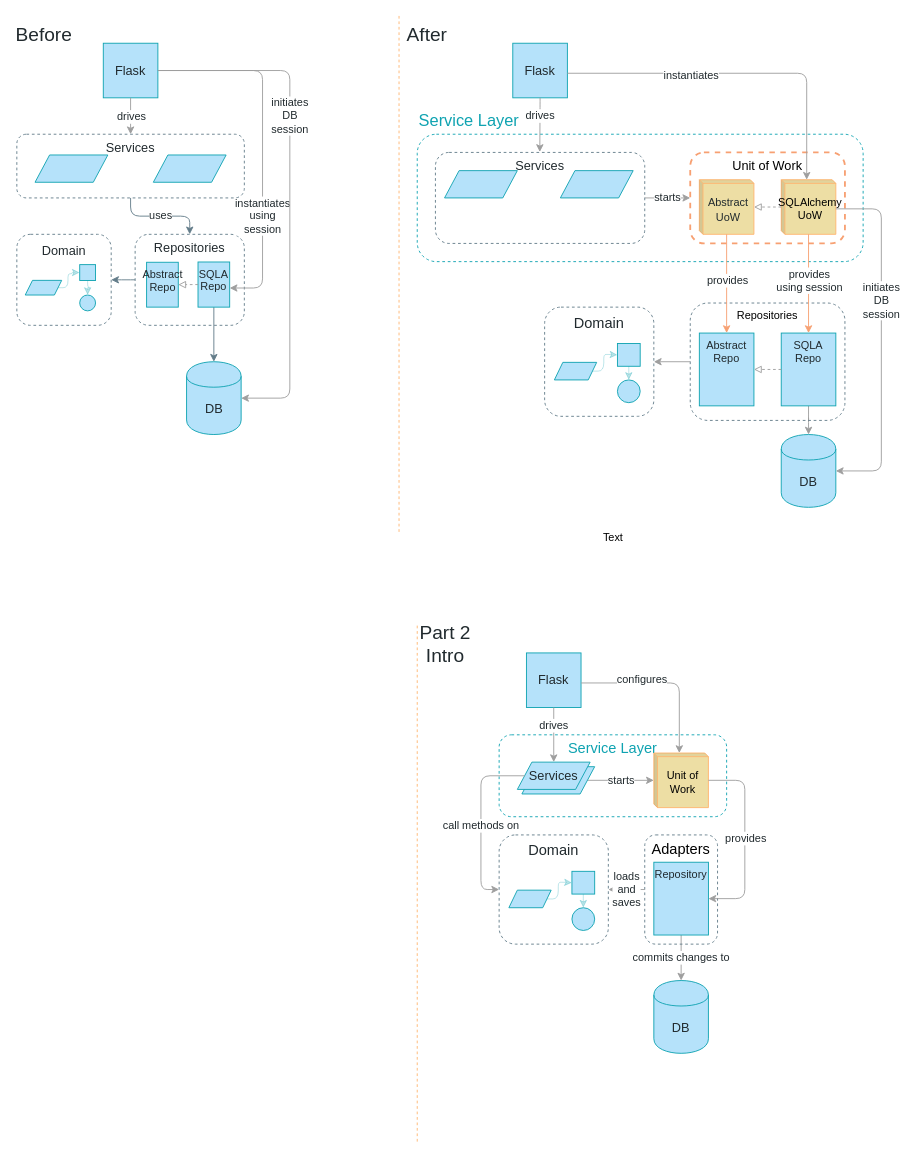
The draw.io diagram page "Chapter 6" (4 of 11) of maps.drawio in cosmicpython/book, before the edit. Source tidied: cells renumbered, new cells numbered last; positions are measured from the earlier drawing's top-left corner, leaving out a move shared by most shapes. Both pictures are drawn from the tidied source at 91%, with x=0, y=0 at pixel (15, 15).
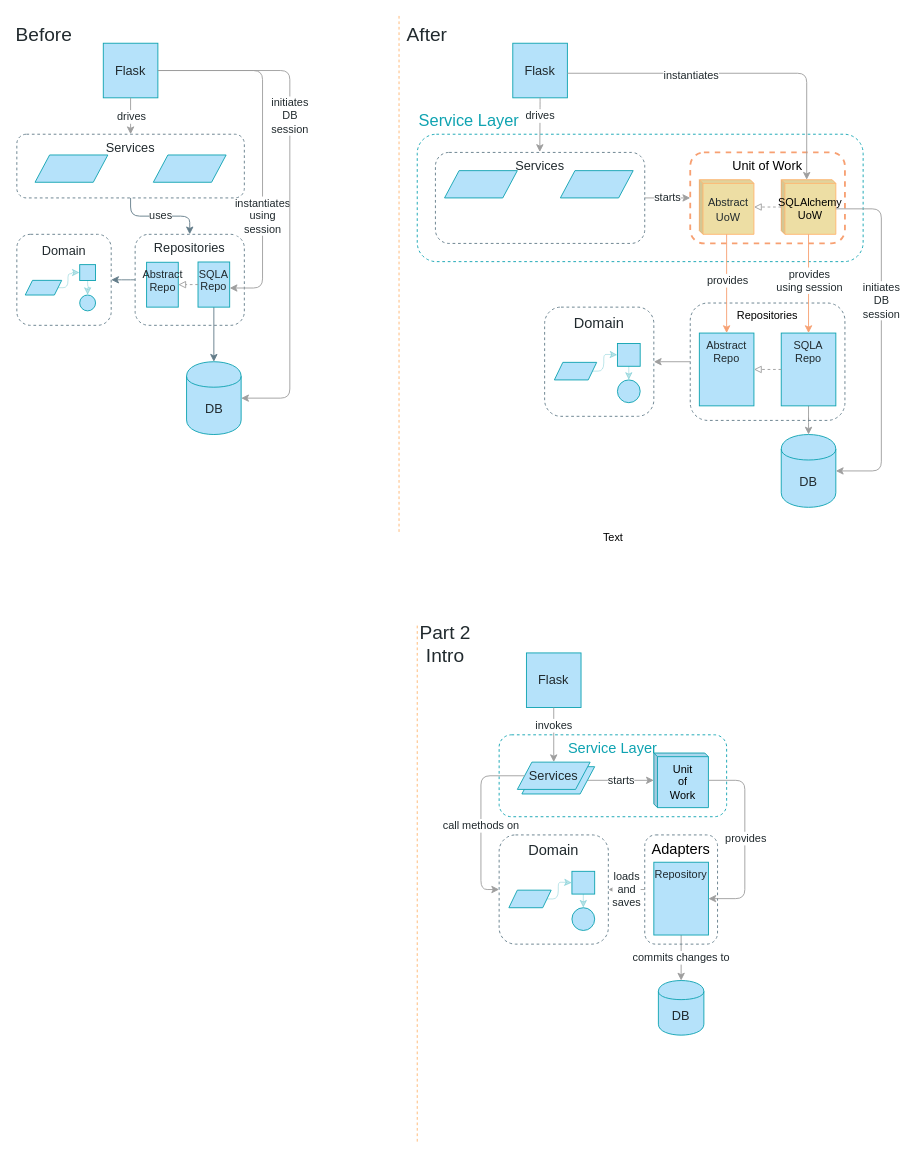
The same page after the edit.

Commit message:
part 2 intro tweaks

The change refers to these unchanged cells:
```xml
<mxCell id="66" value="Flask" style="whiteSpace=wrap;html=1;strokeColor=#0FA3B1;fillColor=#B5E2FA;gradientColor=none;fontFamily=Guardian Sans Cond Light;fontSize=14;fontColor=#212A2E;" parent="1" vertex="1">
  <mxGeometry x="561" y="700" width="60" height="60" as="geometry" />
</mxCell>
<mxCell id="91" value="Services" style="shape=parallelogram;perimeter=parallelogramPerimeter;whiteSpace=wrap;html=1;fontFamily=Guardian Sans Cond Light;fontSize=14;fontColor=#212A2E;align=center;strokeColor=#0FA3B1;fillColor=#B5E2FA;" parent="89" vertex="1">
  <mxGeometry width="80" height="30" as="geometry" />
</mxCell>
```

The edit, as a diff of the source:
```diff
@@
     <mxCell id="67" value="DB" style="shape=cylinder;whiteSpace=wrap;html=1;boundedLbl=1;backgroundOutline=1;strokeColor=#0FA3B1;fillColor=#B5E2FA;fontSize=14;fontColor=#212A2E;gradientColor=none;fontFamily=Guardian Sans Cond Light;" parent="1" vertex="1">
-      <mxGeometry x="701" y="1060" width="60" height="80" as="geometry" />
+      <mxGeometry x="706" y="1060" width="50" height="60" as="geometry" />
     </mxCell>
@@
-    <mxCell id="70" style="edgeStyle=orthogonalEdgeStyle;jettySize=auto;html=1;strokeColor=#9E9E9E;fillColor=#B5E2FA;fontFamily=Guardian Sans Cond Light;fontSize=12;fontColor=#212A2E;entryX=0;entryY=0;entryDx=28;entryDy=0;entryPerimeter=0;" parent="1" edge="1" source="66" target="72">
-      <mxGeometry relative="1" as="geometry">
-        <Array as="points">
-          <mxPoint x="729" y="733" />
-        </Array>
-      </mxGeometry>
-    </mxCell>
-    <mxCell id="71" value="configures" style="text;html=1;align=center;verticalAlign=middle;labelBackgroundColor=#ffffff;fontSize=12;fontFamily=Guardian Sans Cond Light;fontColor=#212A2E;" parent="70" vertex="1">
-      <mxGeometry x="-0.29" y="-2" relative="1" as="geometry">
-        <mxPoint x="0.9" y="-5.1" as="offset" />
-      </mxGeometry>
-    </mxCell>
-    <mxCell id="72" value="Unit of Work" style="shape=cube;whiteSpace=wrap;html=1;boundedLbl=1;backgroundOutline=1;darkOpacity=0.05;darkOpacity2=0.1;fontFamily=Guardian Sans Cond Light;fontSize=12;fontColor=#000000;align=center;strokeColor=#FFB570;fillColor=#EDDEA4;size=4;" parent="1" vertex="1">
+    <mxCell id="72" value="Unit&lt;br&gt;of&lt;br&gt;Work" style="shape=cube;whiteSpace=wrap;html=1;boundedLbl=1;backgroundOutline=1;darkOpacity=0.05;darkOpacity2=0.1;fontFamily=Guardian Sans Cond Light;fontSize=12;fontColor=#000000;align=center;strokeColor=#0FA3B1;fillColor=#B5E2FA;size=4;" parent="1" vertex="1">
       <mxGeometry x="701" y="810" width="60" height="60" as="geometry" />
     </mxCell>
@@
-    <mxCell id="74" value="drives" style="edgeStyle=orthogonalEdgeStyle;jettySize=auto;html=1;strokeColor=#9E9E9E;fillColor=#B5E2FA;fontFamily=Guardian Sans Cond Light;fontSize=12;fontColor=#212A2E;exitX=0.5;exitY=1;exitDx=0;exitDy=0;" parent="1" edge="1" source="66" target="91">
+    <mxCell id="74" value="invokes" style="edgeStyle=orthogonalEdgeStyle;jettySize=auto;html=1;strokeColor=#9E9E9E;fillColor=#B5E2FA;fontFamily=Guardian Sans Cond Light;fontSize=12;fontColor=#212A2E;exitX=0.5;exitY=1;exitDx=0;exitDy=0;" parent="1" edge="1" source="66" target="91">
       <mxGeometry x="-0.34" relative="1" as="geometry" />
     </mxCell>
```
